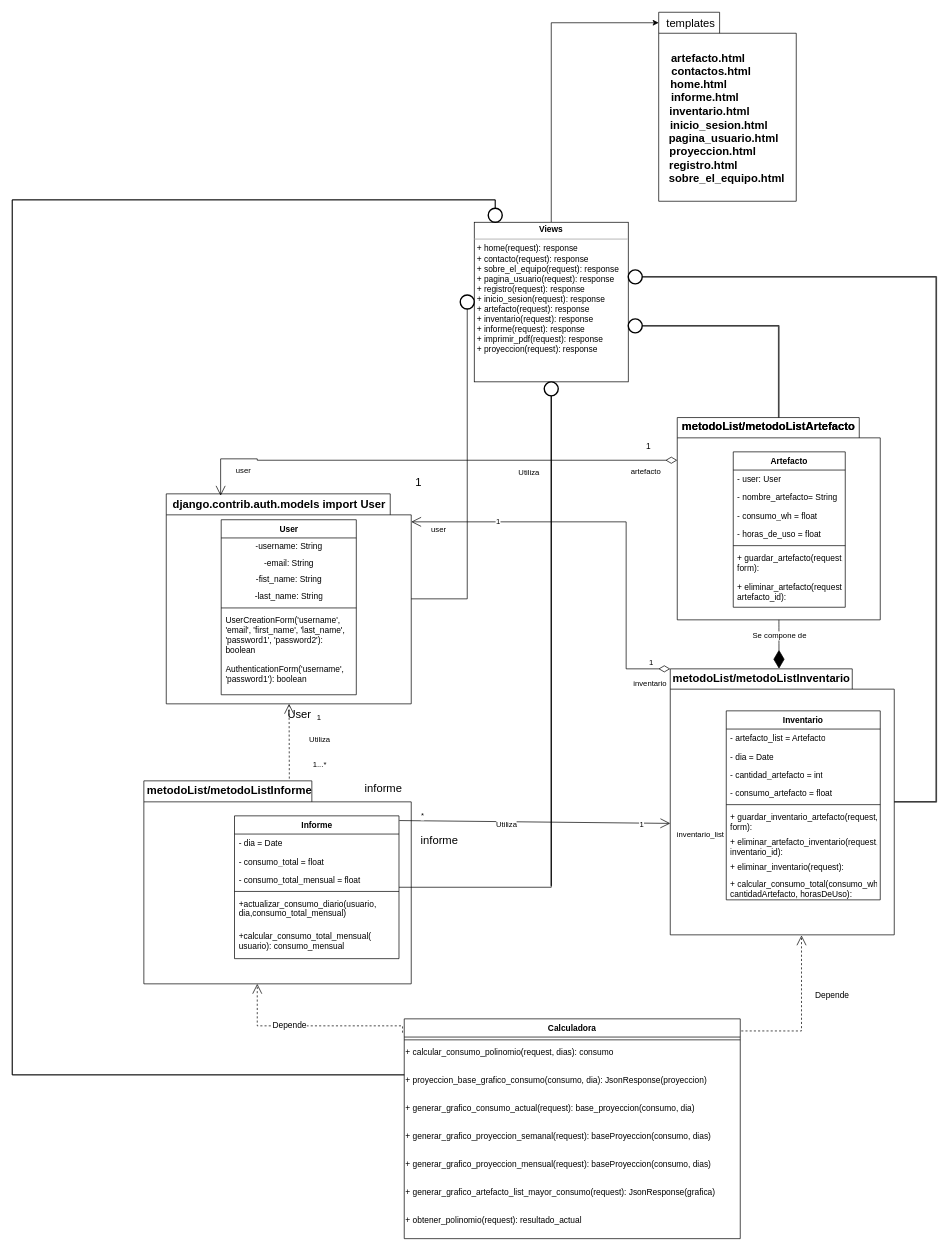
SantiagoTamayo2002/UML keeps this draw.io diagram as consumoEnergia.drawio. Above is the earlier version. Source tidied: cells renumbered, new cells numbered last; positions are measured from the earlier drawing's top-left corner, leaving out a move shared by most shapes. Both pictures are drawn from the tidied source at 70%, with x=0, y=0 at pixel (12, 12).
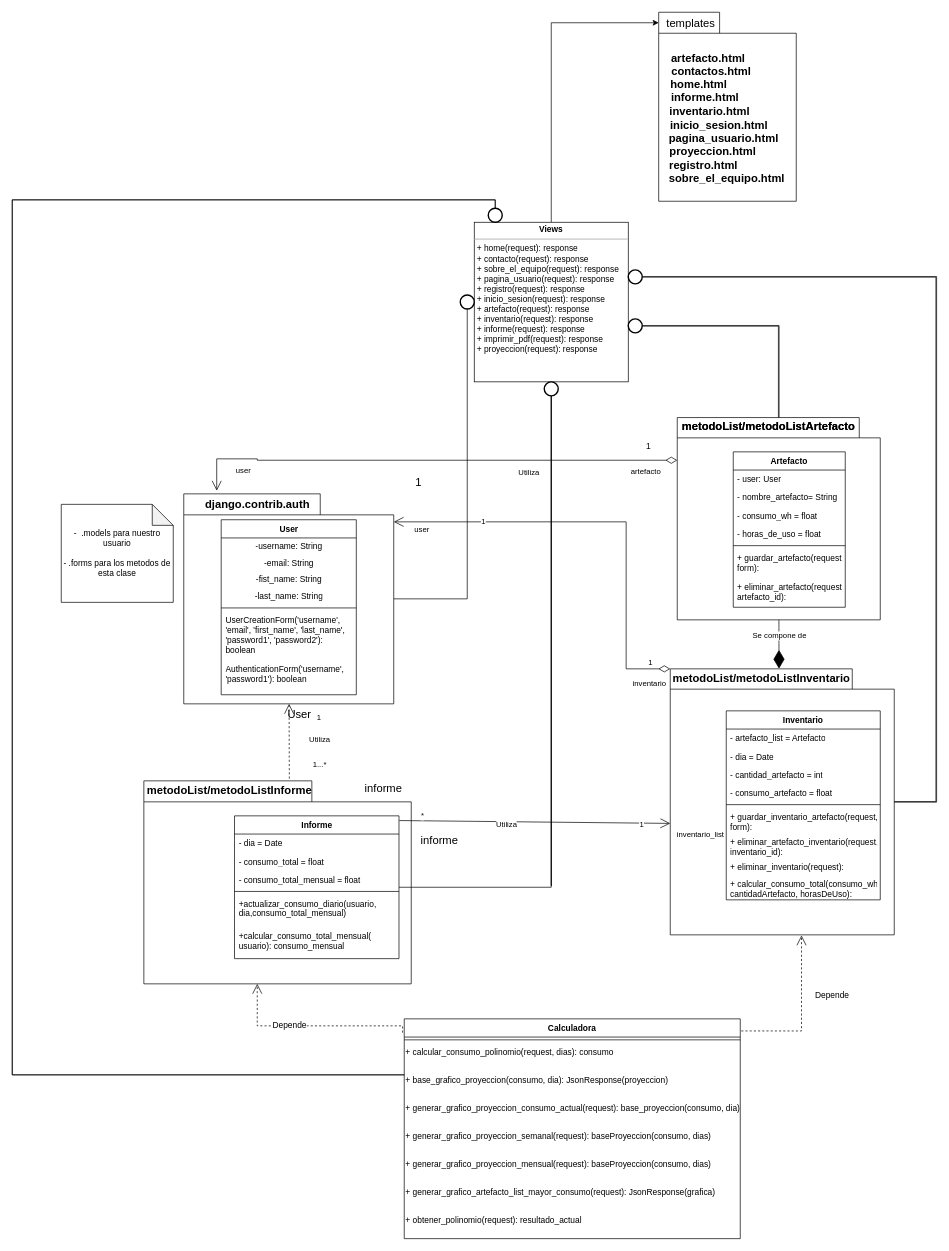
The same diagram, later.

Unchanged cells that the change refers to:
```xml
<mxCell id="4" style="shape=folder;fontStyle=1;spacingTop=10;tabWidth=260;tabHeight=29;tabPosition=left;html=1;whiteSpace=wrap;fontSize=16;" parent="1" vertex="1">
  <mxGeometry x="950" y="579" width="290" height="289" as="geometry" />
</mxCell>
<mxCell id="32" value="Calculadora" style="swimlane;fontStyle=1;align=center;verticalAlign=top;horizontal=1;startSize=26;whiteSpace=wrap;html=1;" parent="1" vertex="1">
  <mxGeometry x="560" y="1438" width="480" height="314" as="geometry" />
</mxCell>
```

What changed in the source:
```diff
@@
-    <mxCell id="2" style="shape=folder;fontStyle=1;spacingTop=10;tabWidth=320;tabHeight=30;tabPosition=left;html=1;whiteSpace=wrap;fontSize=16;" parent="1" vertex="1">
-      <mxGeometry x="220" y="688" width="350" height="300" as="geometry" />
+    <mxCell id="2" style="shape=folder;fontStyle=1;spacingTop=10;tabWidth=195;tabHeight=30;tabPosition=left;html=1;whiteSpace=wrap;fontSize=16;" parent="1" vertex="1">
+      <mxGeometry x="245" y="688" width="300" height="300" as="geometry" />
     </mxCell>
@@
-    <mxCell id="35" value="+ proyeccion_base_grafico_consumo(consumo, dia): JsonResponse(proyeccion)" style="text;whiteSpace=wrap;" parent="32" vertex="1">
+    <mxCell id="35" value="+ base_grafico_proyeccion(consumo, dia): JsonResponse(proyeccion)" style="text;whiteSpace=wrap;" parent="32" vertex="1">
       <mxGeometry y="74" width="480" height="40" as="geometry" />
     </mxCell>
-    <mxCell id="36" value="+ generar_grafico_consumo_actual(request): base_proyeccion(consumo, dia)" style="text;whiteSpace=wrap;" parent="32" vertex="1">
+    <mxCell id="36" value="+ generar_grafico_proyeccion_consumo_actual(request): base_proyeccion(consumo, dia)" style="text;whiteSpace=wrap;" parent="32" vertex="1">
       <mxGeometry y="114" width="480" height="40" as="geometry" />
     </mxCell>
@@
-    <mxCell id="63" value="django.contrib.auth.models import User" style="text;align=center;fontStyle=1;verticalAlign=middle;spacingLeft=3;spacingRight=3;strokeColor=none;points=[[0,0.5],[1,0.5]];portConstraint=eastwest;html=1;fontSize=16;" parent="1" vertex="1">
-      <mxGeometry x="341" y="690" width="80" height="26" as="geometry" />
+    <mxCell id="63" value="django.contrib.auth" style="text;align=center;fontStyle=1;verticalAlign=middle;spacingLeft=3;spacingRight=3;strokeColor=none;points=[[0,0.5],[1,0.5]];portConstraint=eastwest;html=1;fontSize=16;" parent="1" vertex="1">
+      <mxGeometry x="310" y="690" width="80" height="26" as="geometry" />
     </mxCell>
@@
-    <mxCell id="69" value="1" style="endArrow=open;html=1;endSize=12;startArrow=diamondThin;startSize=14;startFill=0;edgeStyle=orthogonalEdgeStyle;align=left;verticalAlign=bottom;rounded=0;fontSize=12;entryX=0.222;entryY=0.009;entryDx=0;entryDy=0;entryPerimeter=0;" parent="1" edge="1" source="4" target="2">
+    <mxCell id="69" value="1" style="endArrow=open;html=1;endSize=12;startArrow=diamondThin;startSize=14;startFill=0;edgeStyle=orthogonalEdgeStyle;align=left;verticalAlign=bottom;rounded=0;fontSize=12;entryX=0.157;entryY=-0.015;entryDx=0;entryDy=0;entryPerimeter=0;" parent="1" edge="1" source="4" target="2">
       <mxGeometry x="-0.87" y="-10" relative="1" as="geometry">
         <Array as="points">
           <mxPoint x="350" y="640" />
           <mxPoint x="350" y="638" />
-          <mxPoint x="298" y="638" />
+          <mxPoint x="292" y="638" />
         </Array>
       </mxGeometry>
     </mxCell>
@@
+    <mxCell id="94" value="-&amp;nbsp; .models para nuestro usuario&lt;br&gt;&lt;br&gt;- .forms para los metodos de esta clase" style="shape=note;whiteSpace=wrap;html=1;backgroundOutline=1;darkOpacity=0.05;" parent="1" vertex="1">
+      <mxGeometry x="70" y="703" width="160" height="140" as="geometry" />
+    </mxCell>
```
